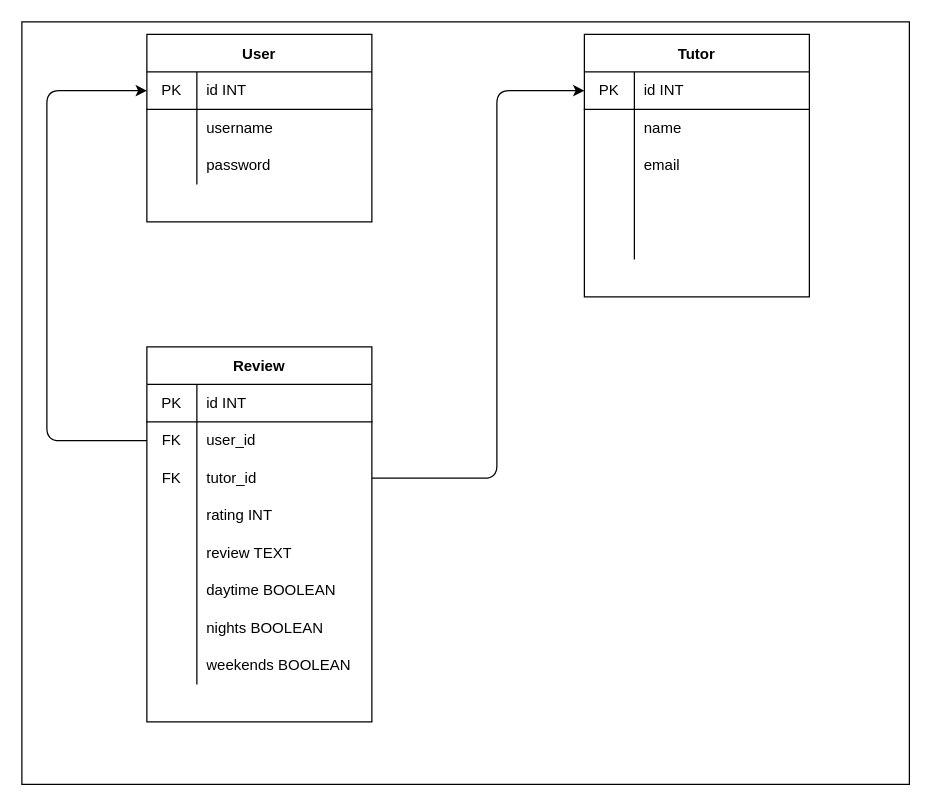
Above: schema.drawio in kimberlym4488/podcast-points-blog (draw.io), before the change. Source tidied: cells renumbered, new cells numbered last; positions are measured from the earlier drawing's top-left corner, leaving out a move shared by most shapes. Both pictures are drawn from the tidied source at 125%, with x=0, y=0 at pixel (21, 21).
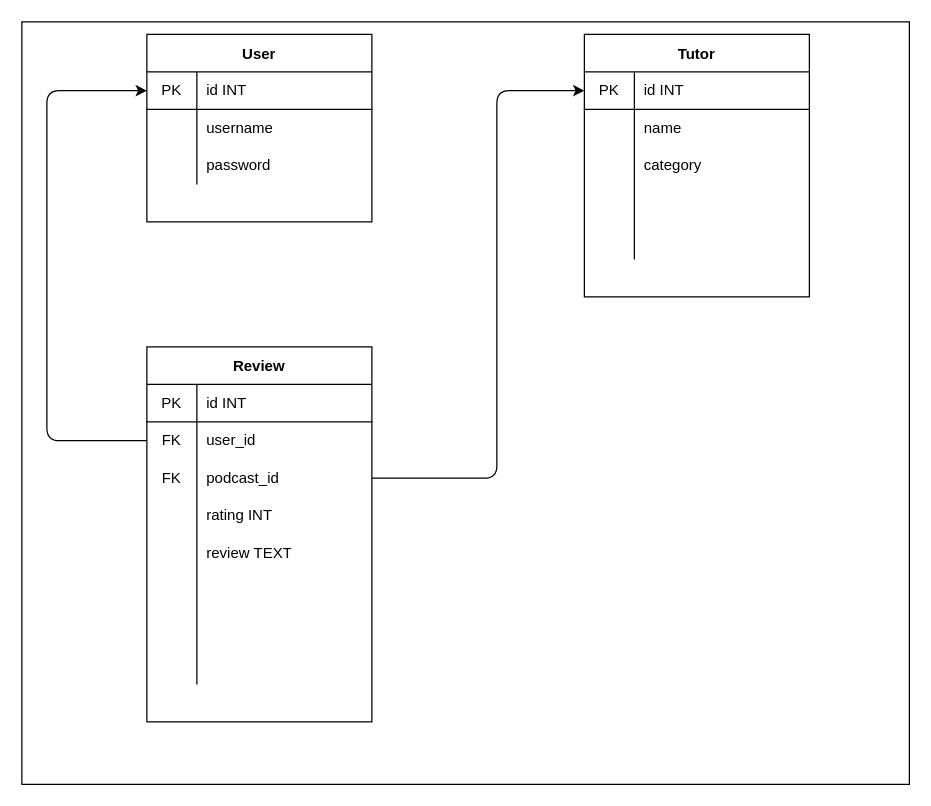
The same page after the edit.

The change refers to these unchanged cells:
```xml
<mxCell id="20" style="shape=partialRectangle;html=1;whiteSpace=wrap;fillColor=none;top=0;left=0;bottom=0;right=0;" parent="13" vertex="1">
  <mxGeometry y="90" width="180" height="30" as="geometry" />
</mxCell>
<mxCell id="36" style="shape=partialRectangle;html=1;whiteSpace=wrap;fillColor=none;top=0;left=0;bottom=0;right=0;points=[[0,0.5],[1,0.5]];portConstraint=eastwest;" parent="29" vertex="1">
  <mxGeometry y="90" width="180" height="30" as="geometry" />
</mxCell>
<mxCell id="45" style="shape=partialRectangle;html=1;whiteSpace=wrap;fillColor=none;top=0;left=0;bottom=0;right=0;" parent="29" vertex="1">
  <mxGeometry y="180" width="180" height="30" as="geometry" />
</mxCell>
<mxCell id="48" style="shape=partialRectangle;html=1;whiteSpace=wrap;fillColor=none;top=0;left=0;bottom=0;right=0;" parent="29" vertex="1">
  <mxGeometry y="210" width="180" height="30" as="geometry" />
</mxCell>
<mxCell id="51" style="shape=partialRectangle;html=1;whiteSpace=wrap;fillColor=none;top=0;left=0;bottom=0;right=0;" parent="29" vertex="1">
  <mxGeometry y="240" width="180" height="30" as="geometry" />
</mxCell>
```

Change to the diagram source:
```diff
@@
-    <mxCell id="22" value="email" style="shape=partialRectangle;html=1;whiteSpace=wrap;fillColor=none;top=0;left=0;bottom=0;right=0;align=left;spacingLeft=6;overflow=hidden;" parent="20" vertex="1">
+    <mxCell id="22" value="category" style="shape=partialRectangle;html=1;whiteSpace=wrap;fillColor=none;top=0;left=0;bottom=0;right=0;align=left;spacingLeft=6;overflow=hidden;" parent="20" vertex="1">
       <mxGeometry x="40" width="140" height="30" as="geometry" />
     </mxCell>
@@
-    <mxCell id="38" value="tutor_id" style="shape=partialRectangle;html=1;whiteSpace=wrap;fillColor=none;top=0;left=0;bottom=0;right=0;align=left;spacingLeft=6;overflow=hidden;" parent="36" vertex="1">
+    <mxCell id="38" value="podcast_id" style="shape=partialRectangle;html=1;whiteSpace=wrap;fillColor=none;top=0;left=0;bottom=0;right=0;align=left;spacingLeft=6;overflow=hidden;" parent="36" vertex="1">
       <mxGeometry x="40" width="140" height="30" as="geometry" />
     </mxCell>
@@
-    <mxCell id="47" value="daytime BOOLEAN" style="shape=partialRectangle;html=1;whiteSpace=wrap;fillColor=none;top=0;left=0;bottom=0;right=0;align=left;spacingLeft=6;overflow=hidden;" parent="45" vertex="1">
+    <mxCell id="47" style="shape=partialRectangle;html=1;whiteSpace=wrap;fillColor=none;top=0;left=0;bottom=0;right=0;align=left;spacingLeft=6;overflow=hidden;" parent="45" vertex="1">
       <mxGeometry x="40" width="140" height="30" as="geometry" />
     </mxCell>
@@
-    <mxCell id="50" value="nights BOOLEAN" style="shape=partialRectangle;html=1;whiteSpace=wrap;fillColor=none;top=0;left=0;bottom=0;right=0;align=left;spacingLeft=6;overflow=hidden;" parent="48" vertex="1">
+    <mxCell id="50" style="shape=partialRectangle;html=1;whiteSpace=wrap;fillColor=none;top=0;left=0;bottom=0;right=0;align=left;spacingLeft=6;overflow=hidden;" parent="48" vertex="1">
       <mxGeometry x="40" width="140" height="30" as="geometry" />
     </mxCell>
@@
-    <mxCell id="53" value="weekends BOOLEAN" style="shape=partialRectangle;html=1;whiteSpace=wrap;fillColor=none;top=0;left=0;bottom=0;right=0;align=left;spacingLeft=6;overflow=hidden;" parent="51" vertex="1">
+    <mxCell id="53" style="shape=partialRectangle;html=1;whiteSpace=wrap;fillColor=none;top=0;left=0;bottom=0;right=0;align=left;spacingLeft=6;overflow=hidden;" parent="51" vertex="1">
       <mxGeometry x="40" width="140" height="30" as="geometry" />
     </mxCell>
```
